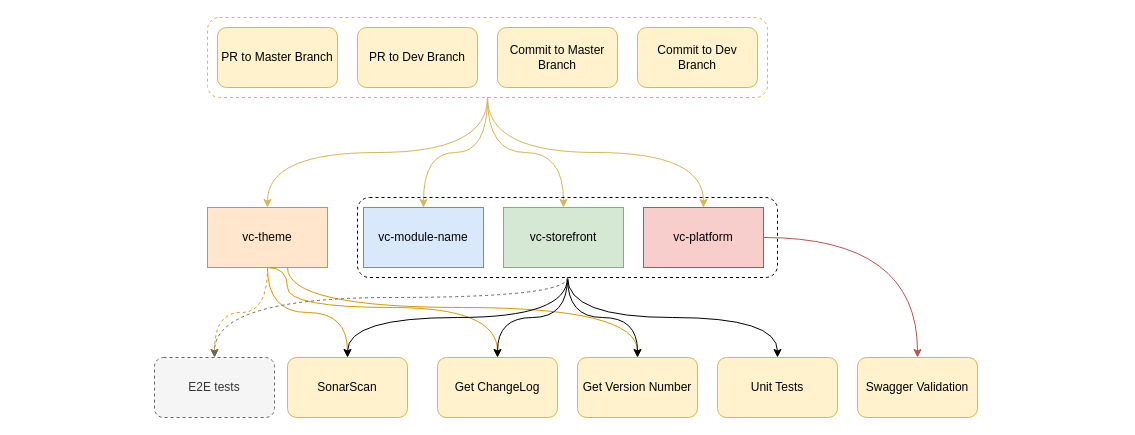
VirtoCommerce/vc-github-actions keeps this draw.io diagram as page "Checks-Flow" (3 of 7) of docs/media/GitHub-Actions-flows.drawio. Above is the earlier version. Source tidied: cells renumbered, new cells numbered last; positions are measured from the earlier drawing's top-left corner, leaving out a move shared by most shapes. Both pictures are drawn from the tidied source at 100%, with x=0, y=0 at pixel (154, 17).
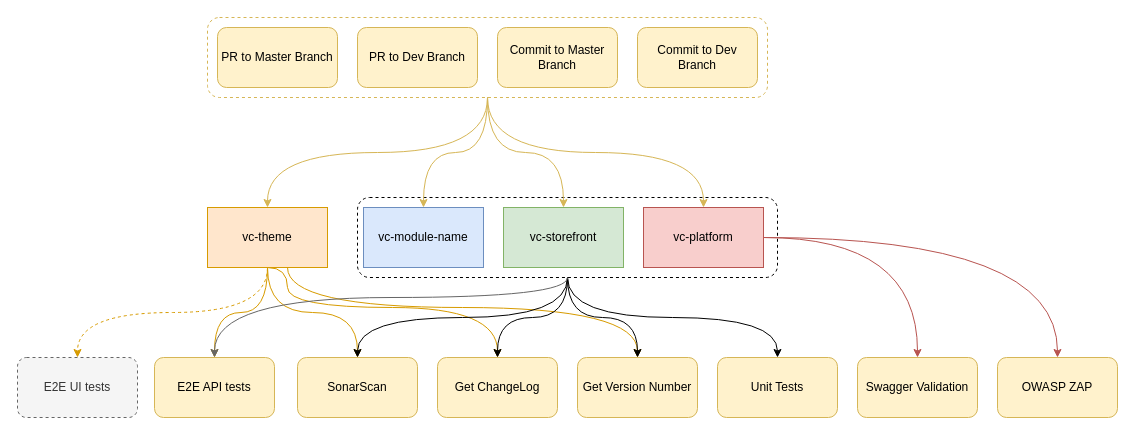
Above is the later version.

Unchanged cells that the change refers to:
```xml
<mxCell id="11" value="vc-platform" style="rounded=0;whiteSpace=wrap;html=1;fillColor=#f8cecc;strokeColor=#b85450;" parent="1" vertex="1">
  <mxGeometry x="489" y="190" width="120" height="60" as="geometry" />
</mxCell>
<mxCell id="18" value="vc-theme" style="rounded=0;whiteSpace=wrap;html=1;fillColor=#ffe6cc;strokeColor=#d79b00;" parent="1" vertex="1">
  <mxGeometry x="53" y="190" width="120" height="60" as="geometry" />
</mxCell>
```

Change to the diagram source:
```diff
@@
+    <mxCell id="31" style="rounded=1;whiteSpace=wrap;html=1;dashed=1;fillColor=none;" parent="1" vertex="1">
+      <mxGeometry x="203" y="180" width="420" height="80" as="geometry" />
+    </mxCell>
@@
     <mxCell id="7" value="SonarScan" style="rounded=1;whiteSpace=wrap;html=1;fillColor=#fff2cc;strokeColor=#d6b656;" parent="1" vertex="1">
-      <mxGeometry x="133" y="340" width="120" height="60" as="geometry" />
+      <mxGeometry x="143" y="340" width="120" height="60" as="geometry" />
     </mxCell>
@@
-    <mxCell id="17" style="edgeStyle=orthogonalEdgeStyle;curved=1;jettySize=auto;html=1;entryX=0.5;entryY=0;entryDx=0;entryDy=0;fillColor=#ffe6cc;strokeColor=#d79b00;dashed=1;" parent="1" edge="1" source="18" target="22">
+    <mxCell id="17" style="edgeStyle=orthogonalEdgeStyle;curved=1;jettySize=auto;html=1;entryX=0.5;entryY=0;entryDx=0;entryDy=0;fillColor=#ffe6cc;strokeColor=#d79b00;" parent="1" edge="1" source="18" target="22">
       <mxGeometry relative="1" as="geometry" />
     </mxCell>
@@
-    <mxCell id="22" value="E2E tests" style="rounded=1;whiteSpace=wrap;html=1;fillColor=#f5f5f5;strokeColor=#666666;fontColor=#333333;dashed=1;" parent="1" vertex="1">
+    <mxCell id="22" value="E2E API tests" style="rounded=1;whiteSpace=wrap;html=1;fillColor=#fff2cc;strokeColor=#d6b656;" parent="1" vertex="1">
       <mxGeometry y="340" width="120" height="60" as="geometry" />
     </mxCell>
@@
-    <mxCell id="30" style="edgeStyle=orthogonalEdgeStyle;curved=1;jettySize=auto;html=1;dashed=1;fillColor=#f5f5f5;strokeColor=#666666;" parent="1" edge="1" source="31" target="22">
+    <mxCell id="30" style="edgeStyle=orthogonalEdgeStyle;curved=1;jettySize=auto;html=1;fillColor=#f5f5f5;strokeColor=#666666;" parent="1" edge="1" source="31" target="22">
       <mxGeometry relative="1" as="geometry">
         <Array as="points">
           <mxPoint x="413" y="280" />
           <mxPoint x="60" y="280" />
         </Array>
       </mxGeometry>
     </mxCell>
-    <mxCell id="31" style="rounded=1;whiteSpace=wrap;html=1;dashed=1;fillColor=none;" parent="1" vertex="1">
-      <mxGeometry x="203" y="180" width="420" height="80" as="geometry" />
-    </mxCell>
+    <mxCell id="32" value="E2E UI tests" style="rounded=1;whiteSpace=wrap;html=1;fillColor=#f5f5f5;strokeColor=#666666;fontColor=#333333;dashed=1;" parent="1" vertex="1">
+      <mxGeometry x="-137" y="340" width="120" height="60" as="geometry" />
+    </mxCell>
+    <mxCell id="33" style="edgeStyle=orthogonalEdgeStyle;curved=1;jettySize=auto;html=1;entryX=0.5;entryY=0;entryDx=0;entryDy=0;fillColor=#ffe6cc;strokeColor=#d79b00;dashed=1;exitX=0.5;exitY=1;exitDx=0;exitDy=0;" parent="1" edge="1" source="18" target="32">
+      <mxGeometry relative="1" as="geometry" />
+    </mxCell>
+    <mxCell id="34" value="OWASP ZAP" style="rounded=1;whiteSpace=wrap;html=1;fillColor=#fff2cc;strokeColor=#d6b656;" parent="1" vertex="1">
+      <mxGeometry x="843" y="340" width="120" height="60" as="geometry" />
+    </mxCell>
+    <mxCell id="35" style="edgeStyle=orthogonalEdgeStyle;curved=1;jettySize=auto;html=1;entryX=0.5;entryY=0;entryDx=0;entryDy=0;fillColor=#f8cecc;strokeColor=#b85450;exitX=1;exitY=0.5;exitDx=0;exitDy=0;" parent="1" edge="1" source="11" target="34">
+      <mxGeometry relative="1" as="geometry" />
+    </mxCell>
```
